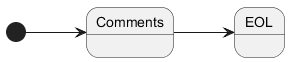
Above: Documentation/diagram_002.png in asison19/food-interpreter (PlantUML), before the change.
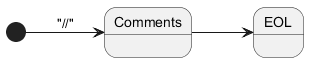
The same file after the commit.

The edit, as a diff of the source:
```diff
@@ -2,7 +2,7 @@
 
 left to right direction
 
-[*] --> Comments
+[*] --> Comments : "//"
 
 Comments --> EOL
 
```
